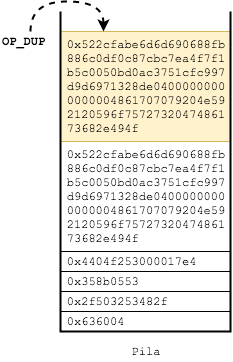
The draw.io diagram img/Bitcoin_transactions_stack_06.png in JavDomGom/Bitcoin_script_language, before a commit. Source tidied: cells renumbered, new cells last; positions are measured from the earlier drawing's top-left corner, leaving out a move shared by most shapes. Source of this version:
```xml
<mxGraphModel>
  <root>
    <mxCell id="0" />
    <mxCell id="1" parent="0" />
    <mxCell id="2" value="&lt;span&gt;0x636004&amp;nbsp; &amp;nbsp; &amp;nbsp; &amp;nbsp; &amp;nbsp; &amp;nbsp; &amp;nbsp;&amp;nbsp;&lt;/span&gt;" style="text;html=1;strokeColor=#000000;fillColor=none;align=center;verticalAlign=middle;whiteSpace=wrap;rounded=0;fontFamily=Courier New;" parent="1" vertex="1">
      <mxGeometry x="60" y="310" width="170" height="20" as="geometry" />
    </mxCell>
    <mxCell id="3" value="Pila" style="text;html=1;strokeColor=none;fillColor=none;align=center;verticalAlign=middle;whiteSpace=wrap;rounded=0;fontFamily=Courier New;" parent="1" vertex="1">
      <mxGeometry x="125" y="340" width="40" height="20" as="geometry" />
    </mxCell>
    <mxCell id="4" value="&lt;span&gt;0x2f503253482f&amp;nbsp; &amp;nbsp; &amp;nbsp; &amp;nbsp;&amp;nbsp;&lt;/span&gt;&lt;br&gt;" style="text;html=1;strokeColor=#000000;fillColor=none;align=center;verticalAlign=middle;whiteSpace=wrap;rounded=0;fontFamily=Courier New;" parent="1" vertex="1">
      <mxGeometry x="60" y="290" width="170" height="20" as="geometry" />
    </mxCell>
    <mxCell id="5" value="&lt;span&gt;0x358b0553&amp;nbsp; &amp;nbsp; &amp;nbsp; &amp;nbsp; &amp;nbsp; &amp;nbsp;&amp;nbsp;&lt;/span&gt;&lt;br&gt;" style="text;html=1;strokeColor=#000000;fillColor=none;align=center;verticalAlign=middle;whiteSpace=wrap;rounded=0;fontFamily=Courier New;" parent="1" vertex="1">
      <mxGeometry x="60" y="270" width="170" height="20" as="geometry" />
    </mxCell>
    <mxCell id="6" value="&lt;span&gt;0x4404f253000017e4&amp;nbsp; &amp;nbsp;&amp;nbsp;&lt;/span&gt;&lt;br&gt;" style="text;html=1;strokeColor=#000000;fillColor=none;align=center;verticalAlign=middle;whiteSpace=wrap;rounded=0;fontFamily=Courier New;" parent="1" vertex="1">
      <mxGeometry x="60" y="250" width="170" height="20" as="geometry" />
    </mxCell>
    <mxCell id="7" value="&lt;div&gt;0x522cfabe6d6d690688fb&lt;/div&gt;&lt;div&gt;886c0df0c87cbc7ea4f7f1&lt;/div&gt;&lt;div&gt;b5c0050bd0ac3751cfc997&lt;/div&gt;&lt;div&gt;d9d6971328de0400000000&lt;/div&gt;&lt;div&gt;0000004861707079204e59&lt;/div&gt;&lt;div&gt;2120596f75727320474861&lt;/div&gt;&lt;div&gt;73682e494f&amp;nbsp; &amp;nbsp; &amp;nbsp; &amp;nbsp; &amp;nbsp; &amp;nbsp;&amp;nbsp;&lt;/div&gt;" style="text;html=1;strokeColor=#000000;fillColor=none;align=center;verticalAlign=middle;whiteSpace=wrap;rounded=0;fontFamily=Courier New;" parent="1" vertex="1">
      <mxGeometry x="60" y="140" width="170" height="110" as="geometry" />
    </mxCell>
    <mxCell id="8" value="&lt;div&gt;0x522c&lt;span&gt;fabe6d&lt;/span&gt;&lt;span&gt;6d&lt;/span&gt;&lt;span&gt;690&lt;/span&gt;&lt;span&gt;6&lt;/span&gt;&lt;span&gt;88&lt;/span&gt;&lt;span&gt;fb&lt;/span&gt;&lt;/div&gt;&lt;div&gt;&lt;span&gt;88&lt;/span&gt;&lt;span&gt;6&lt;/span&gt;&lt;span&gt;c&lt;/span&gt;&lt;span&gt;0d&lt;/span&gt;&lt;span&gt;f0c87c&lt;/span&gt;&lt;span&gt;bc&lt;/span&gt;&lt;span&gt;7ea4&lt;/span&gt;&lt;span&gt;f7&lt;/span&gt;&lt;span&gt;f1&lt;/span&gt;&lt;/div&gt;&lt;div&gt;&lt;span&gt;b5c0&lt;/span&gt;&lt;span&gt;05&lt;/span&gt;&lt;span&gt;0b&lt;/span&gt;&lt;span&gt;d0&lt;/span&gt;&lt;span&gt;ac&lt;/span&gt;&lt;span&gt;3751&lt;/span&gt;&lt;span&gt;c&lt;/span&gt;&lt;span&gt;f&lt;/span&gt;&lt;span&gt;c9&lt;/span&gt;&lt;span&gt;97&lt;/span&gt;&lt;/div&gt;&lt;div&gt;&lt;span&gt;d9&lt;/span&gt;&lt;span&gt;d6&lt;/span&gt;&lt;span&gt;97&lt;/span&gt;&lt;span&gt;1328&lt;/span&gt;&lt;span&gt;de&lt;/span&gt;&lt;span&gt;04&lt;/span&gt;&lt;span&gt;00&lt;/span&gt;&lt;span&gt;00&lt;/span&gt;&lt;span&gt;0000&lt;/span&gt;&lt;/div&gt;&lt;div&gt;&lt;span&gt;00&lt;/span&gt;&lt;span&gt;0000&lt;/span&gt;&lt;span&gt;48&lt;/span&gt;&lt;span&gt;61&lt;/span&gt;&lt;span&gt;70&lt;/span&gt;&lt;span&gt;70&lt;/span&gt;&lt;span&gt;79&lt;/span&gt;&lt;span&gt;2&lt;/span&gt;&lt;span&gt;0&lt;/span&gt;&lt;span&gt;4&lt;/span&gt;&lt;span&gt;e&lt;/span&gt;&lt;span&gt;59&lt;/span&gt;&lt;/div&gt;&lt;div&gt;&lt;span&gt;21&lt;/span&gt;&lt;span&gt;20596f&lt;/span&gt;&lt;span&gt;75&lt;/span&gt;&lt;span&gt;72&lt;/span&gt;&lt;span&gt;73&lt;/span&gt;&lt;span&gt;20&lt;/span&gt;&lt;span&gt;47&lt;/span&gt;&lt;span&gt;48&lt;/span&gt;&lt;span&gt;61&lt;/span&gt;&lt;/div&gt;&lt;div&gt;&lt;span&gt;7368&lt;/span&gt;&lt;span&gt;2&lt;/span&gt;&lt;span&gt;e&lt;/span&gt;&lt;span&gt;4&lt;/span&gt;&lt;span&gt;9&lt;/span&gt;&lt;span&gt;4f&amp;nbsp; &amp;nbsp; &amp;nbsp; &amp;nbsp; &amp;nbsp; &amp;nbsp;&amp;nbsp;&lt;/span&gt;&lt;/div&gt;" style="text;html=1;strokeColor=#d6b656;fillColor=#fff2cc;align=center;verticalAlign=middle;whiteSpace=wrap;rounded=0;fontFamily=Courier New;" parent="1" vertex="1">
      <mxGeometry x="60" y="30" width="170" height="110" as="geometry" />
    </mxCell>
    <mxCell id="9" value="OP_DUP&lt;br&gt;" style="text;html=1;strokeColor=none;fillColor=none;align=left;verticalAlign=middle;whiteSpace=wrap;rounded=0;fontFamily=Courier New;fontStyle=1;" parent="1" vertex="1">
      <mxGeometry y="30" width="60" height="20" as="geometry" />
    </mxCell>
    <mxCell id="10" style="curved=1;endArrow=classic;html=1;strokeWidth=2;fontFamily=Courier New;exitX=0.5;exitY=0;exitDx=0;exitDy=0;entryX=0.25;entryY=0;entryDx=0;entryDy=0;dashed=1;" parent="1" edge="1" source="9" target="8">
      <mxGeometry relative="1" as="geometry">
        <Array as="points">
          <mxPoint x="30" />
          <mxPoint x="103" />
        </Array>
      </mxGeometry>
    </mxCell>
    <mxCell id="11" style="endArrow=none;html=1;rounded=0;strokeWidth=2;" parent="1" edge="1">
      <mxGeometry relative="1" as="geometry">
        <mxPoint x="230" y="10" as="sourcePoint" />
        <mxPoint x="60" y="10" as="targetPoint" />
        <Array as="points">
          <mxPoint x="230" y="330" />
          <mxPoint x="60" y="330" />
        </Array>
      </mxGeometry>
    </mxCell>
  </root>
</mxGraphModel>
```
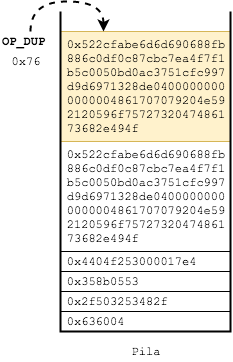
Above is the later version.

The edit, as a diff of the source:
```diff
@@ -44,5 +44,8 @@
         </Array>
       </mxGeometry>
     </mxCell>
+    <mxCell id="12" value="0x76" style="text;html=1;strokeColor=none;fillColor=none;align=center;verticalAlign=middle;whiteSpace=wrap;rounded=0;fontFamily=Courier New;" parent="1" vertex="1">
+      <mxGeometry x="5" y="50" width="40" height="20" as="geometry" />
+    </mxCell>
   </root>
 </mxGraphModel>
```
